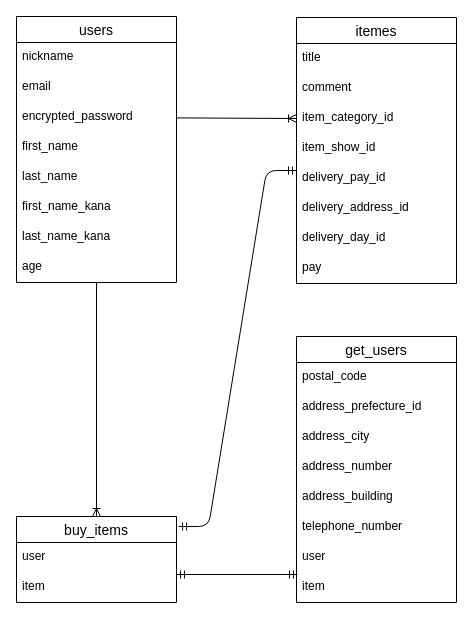
shimiken0404/furima-36724 keeps this draw.io diagram as furima-36724.dio. Above is the earlier version. Source tidied: cells renumbered, new cells numbered last; positions are measured from the earlier drawing's top-left corner, leaving out a move shared by most shapes. Both pictures are drawn from the tidied source at 100%, with x=0, y=0 at pixel (16, 16).
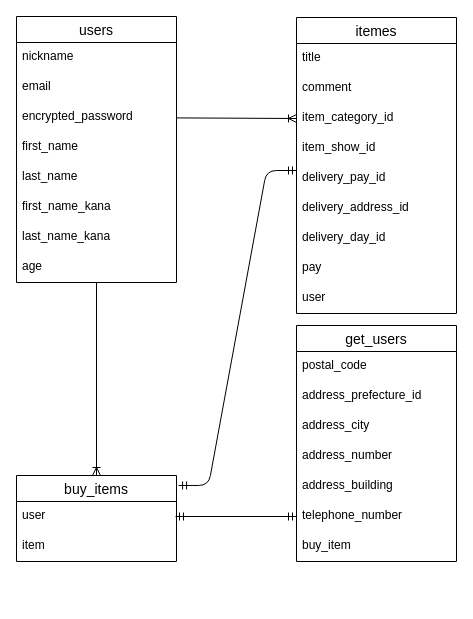
The same diagram, later.

Commit message (it also covers changes not shown here):
アソシエーション関係図５

Diff of the diagram source:
```diff
@@
     <mxCell id="11" value="itemes" style="swimlane;fontStyle=0;horizontal=1;startSize=26;align=center;fontSize=14;" parent="1" vertex="1">
-      <mxGeometry x="280" y="1" width="160" height="266" as="geometry" />
+      <mxGeometry x="280" y="1" width="160" height="296" as="geometry" />
     </mxCell>
@@
+    <mxCell id="36" value="user" style="text;strokeColor=none;fillColor=none;spacingLeft=4;spacingRight=4;overflow=hidden;fontSize=12;" parent="11" vertex="1">
+      <mxGeometry y="266" width="160" height="30" as="geometry" />
+    </mxCell>
     <mxCell id="20" value="buy_items" style="swimlane;fontStyle=0;horizontal=1;startSize=26;align=center;fontSize=14;" parent="1" vertex="1">
-      <mxGeometry y="500" width="160" height="86" as="geometry" />
+      <mxGeometry y="459" width="160" height="86" as="geometry" />
     </mxCell>
@@
     <mxCell id="23" value="get_users" style="swimlane;fontStyle=0;horizontal=1;startSize=26;align=center;fontSize=14;" parent="1" vertex="1">
-      <mxGeometry x="280" y="320" width="160" height="266" as="geometry" />
+      <mxGeometry x="280" y="309" width="160" height="236" as="geometry" />
     </mxCell>
@@
-    <mxCell id="30" value="user" style="text;strokeColor=none;fillColor=none;spacingLeft=4;spacingRight=4;overflow=hidden;fontSize=12;" parent="23" vertex="1">
+    <mxCell id="30" value="buy_item" style="text;strokeColor=none;fillColor=none;spacingLeft=4;spacingRight=4;overflow=hidden;fontSize=12;" parent="23" vertex="1">
       <mxGeometry y="206" width="160" height="30" as="geometry" />
     </mxCell>
-    <mxCell id="31" value="item" style="text;strokeColor=none;fillColor=none;spacingLeft=4;spacingRight=4;overflow=hidden;points=[[0,0.5],[1,0.5]];portConstraint=eastwest;fontSize=12;" parent="23" vertex="1">
-      <mxGeometry y="236" width="160" height="30" as="geometry" />
-    </mxCell>
@@
-    <mxCell id="34" style="fontSize=12;html=1;endArrow=ERmandOne;startArrow=ERmandOne;entryX=0.006;entryY=0.067;entryDx=0;entryDy=0;entryPerimeter=0;" parent="1" edge="1" target="31">
+    <mxCell id="34" style="fontSize=12;html=1;endArrow=ERmandOne;startArrow=ERmandOne;entryX=0.006;entryY=0.067;entryDx=0;entryDy=0;entryPerimeter=0;" parent="1" edge="1">
       <mxGeometry relative="1" as="geometry">
-        <mxPoint x="160" y="558" as="sourcePoint" />
+        <mxPoint x="159" y="500" as="sourcePoint" />
+        <mxPoint x="280" y="500" as="targetPoint" />
       </mxGeometry>
     </mxCell>
```
